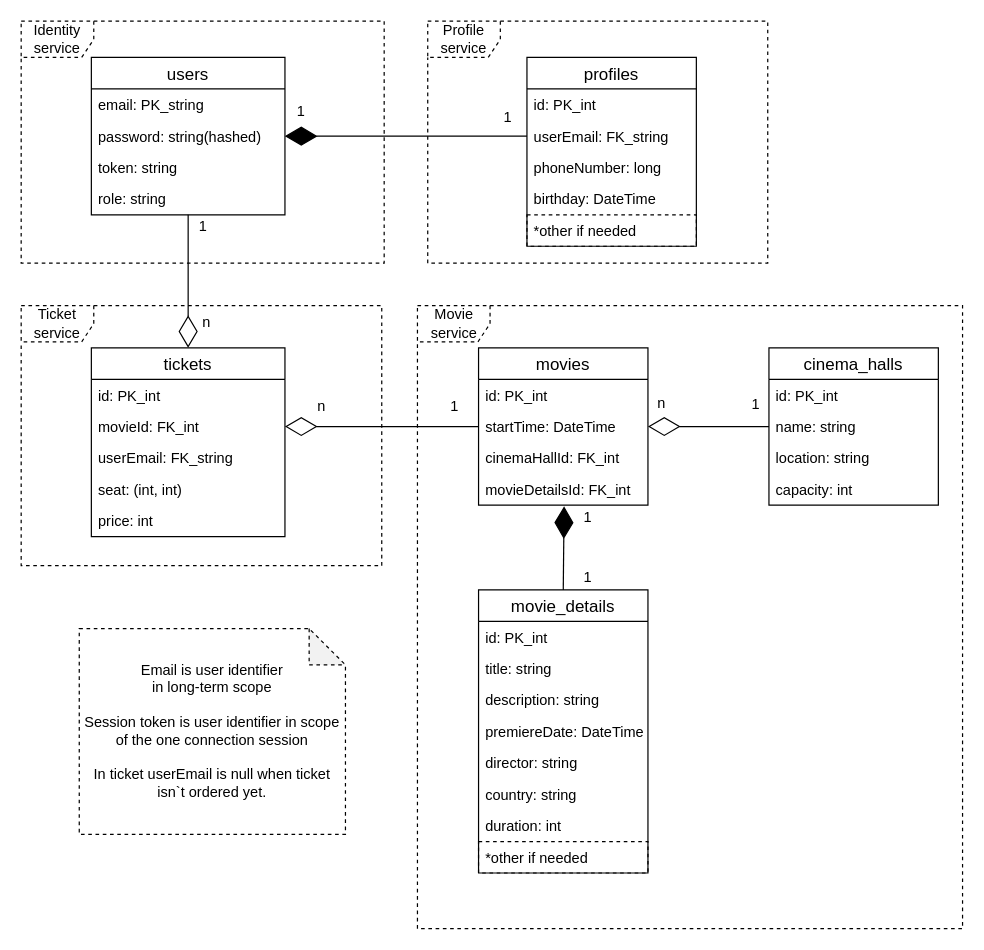
Earlier version of the draw.io diagram docs/Database_Entities.drawio (ArtemK123/Ticket_Flow). Source tidied: cells renumbered, new cells numbered last; positions are measured from the earlier drawing's top-left corner, leaving out a move shared by most shapes. Both pictures are drawn from the tidied source at 121%, with x=0, y=0 at pixel (21, 21).
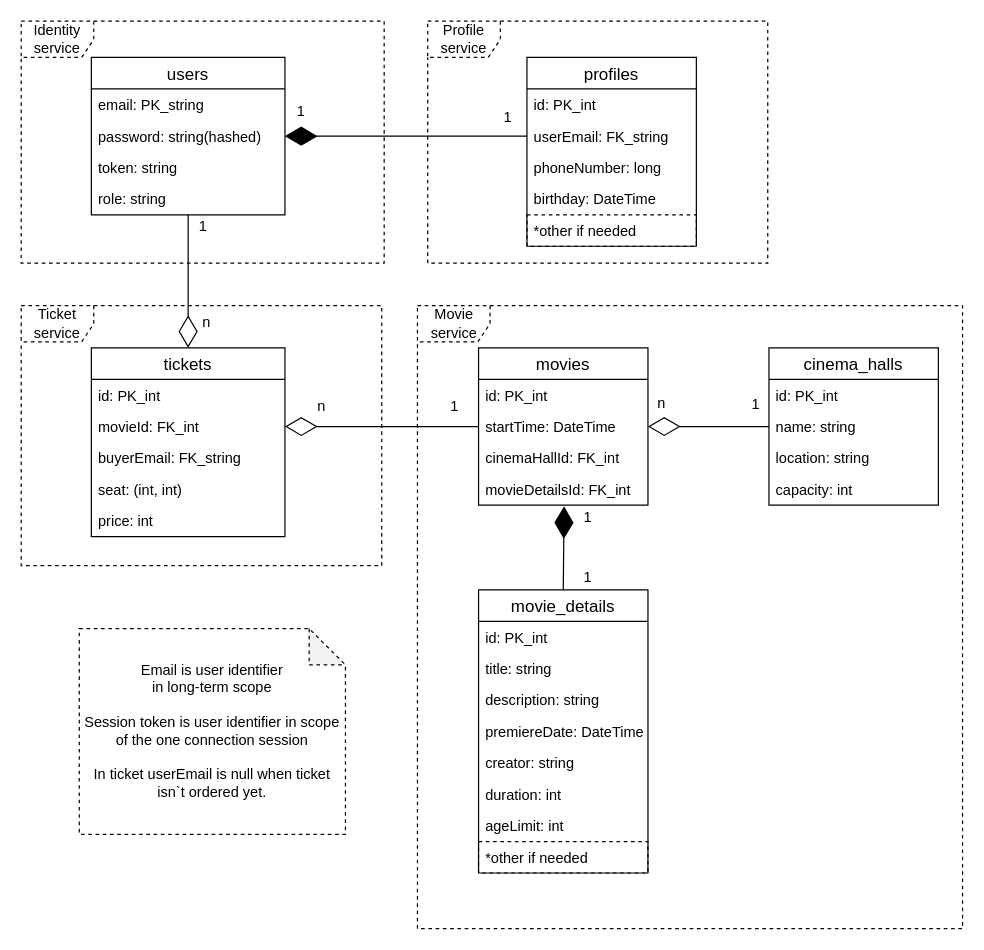
Above is the later version.

Commit message:
Edited database structure diagram

The change refers to these unchanged cells:
```xml
<mxCell id="22" value="movie_details" style="swimlane;fontStyle=0;horizontal=1;startSize=26;align=center;fontSize=14;" parent="1" vertex="1">
  <mxGeometry x="378" y="470" width="140" height="234" as="geometry" />
</mxCell>
<mxCell id="36" value="tickets" style="swimlane;fontStyle=0;horizontal=1;startSize=26;align=center;fontSize=14;" parent="1" vertex="1">
  <mxGeometry x="58" y="270" width="160" height="156" as="geometry" />
</mxCell>
```

Diff of the diagram source:
```diff
@@
-    <mxCell id="27" value="director: string" style="text;strokeColor=none;fillColor=none;spacingLeft=4;spacingRight=4;overflow=hidden;fontSize=12;" parent="22" vertex="1">
+    <mxCell id="27" value="creator: string" style="text;strokeColor=none;fillColor=none;spacingLeft=4;spacingRight=4;overflow=hidden;fontSize=12;" parent="22" vertex="1">
       <mxGeometry y="130" width="140" height="26" as="geometry" />
     </mxCell>
-    <mxCell id="28" value="country: string" style="text;strokeColor=none;fillColor=none;spacingLeft=4;spacingRight=4;overflow=hidden;fontSize=12;" parent="22" vertex="1">
-      <mxGeometry y="156" width="140" height="26" as="geometry" />
-    </mxCell>
     <mxCell id="29" value="duration: int" style="text;strokeColor=none;fillColor=none;spacingLeft=4;spacingRight=4;overflow=hidden;fontSize=12;" parent="22" vertex="1">
-      <mxGeometry y="182" width="140" height="26" as="geometry" />
+      <mxGeometry y="156" width="140" height="26" as="geometry" />
     </mxCell>
+    <mxCell id="58" value="ageLimit: int" style="text;strokeColor=none;fillColor=none;spacingLeft=4;spacingRight=4;overflow=hidden;fontSize=12;" parent="22" vertex="1">
+      <mxGeometry y="182" width="140" height="26" as="geometry" />
+    </mxCell>
@@
-    <mxCell id="39" value="userEmail: FK_string" style="text;strokeColor=none;fillColor=none;spacingLeft=4;spacingRight=4;overflow=hidden;fontSize=12;" parent="36" vertex="1">
+    <mxCell id="39" value="buyerEmail: FK_string" style="text;strokeColor=none;fillColor=none;spacingLeft=4;spacingRight=4;overflow=hidden;fontSize=12;" parent="36" vertex="1">
       <mxGeometry y="78" width="160" height="26" as="geometry" />
     </mxCell>
```
